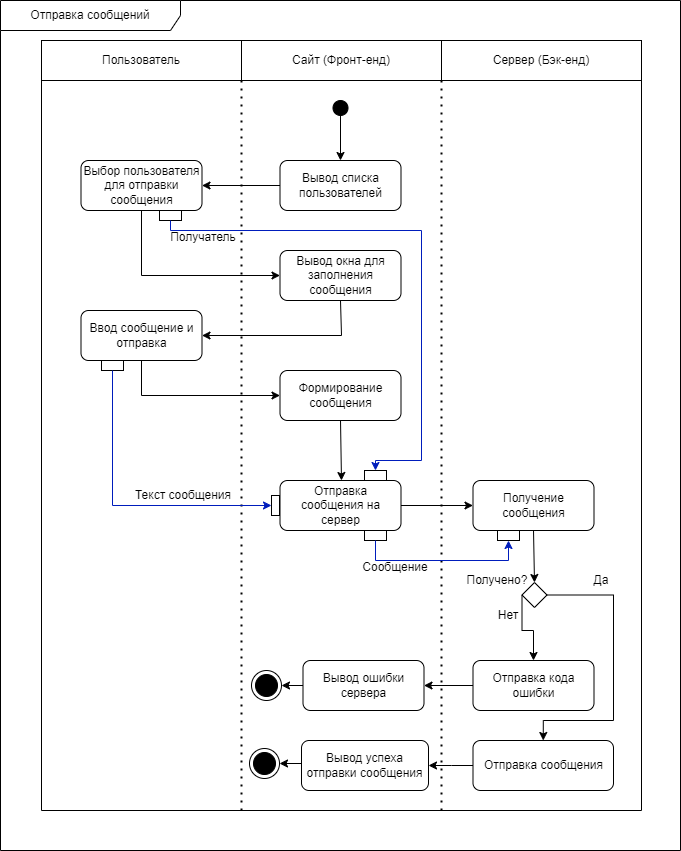
Earlier version of the draw.io export docs/activity_diagrams/отправка сообщения.png (AS2/habrolink). Source tidied: cells renumbered, new cells last; positions are measured from the earlier drawing's top-left corner, leaving out a move shared by most shapes.
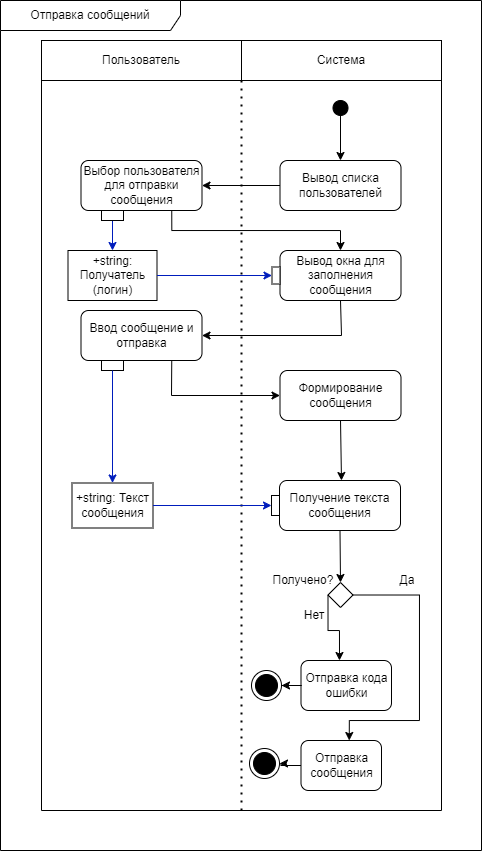
After the commit.

What changed in the source:
```diff
@@ -8,12 +8,9 @@
     <mxCell id="3" value="Пользователь" style="text;html=1;strokeColor=default;fillColor=none;align=center;verticalAlign=middle;whiteSpace=wrap;rounded=0;" parent="1" vertex="1">
       <mxGeometry x="41" y="40" width="200" height="40" as="geometry" />
     </mxCell>
-    <mxCell id="4" value="Сайт (Фронт-енд)" style="text;html=1;strokeColor=default;fillColor=none;align=center;verticalAlign=middle;whiteSpace=wrap;rounded=0;" parent="1" vertex="1">
+    <mxCell id="4" value="Система" style="text;html=1;strokeColor=default;fillColor=none;align=center;verticalAlign=middle;whiteSpace=wrap;rounded=0;" parent="1" vertex="1">
       <mxGeometry x="241" y="40" width="200" height="40" as="geometry" />
     </mxCell>
-    <mxCell id="5" value="Сервер (Бэк-енд)" style="text;html=1;strokeColor=default;fillColor=none;align=center;verticalAlign=middle;whiteSpace=wrap;rounded=0;" parent="1" vertex="1">
-      <mxGeometry x="441" y="40" width="200" height="40" as="geometry" />
-    </mxCell>
     <mxCell id="6" style="endArrow=classic;html=1;rounded=0;exitX=0.5;exitY=1;exitDx=0;exitDy=0;" parent="1" edge="1" source="2">
       <mxGeometry relative="1" as="geometry">
         <mxPoint x="340" y="160" as="targetPoint" />
@@ -28,7 +25,7 @@
     <mxCell id="9" value="Выбор пользователя для отправки сообщения" style="text;html=1;strokeColor=default;fillColor=none;align=center;verticalAlign=middle;whiteSpace=wrap;rounded=1;" parent="1" vertex="1">
       <mxGeometry x="80.5" y="160" width="121" height="50" as="geometry" />
     </mxCell>
-    <mxCell id="10" style="endArrow=classic;html=1;rounded=0;exitX=0.5;exitY=1;exitDx=0;exitDy=0;entryX=0;entryY=0.5;entryDx=0;entryDy=0;edgeStyle=orthogonalEdgeStyle;" parent="1" edge="1" source="9" target="11">
+    <mxCell id="10" style="endArrow=classic;html=1;rounded=0;exitX=0.75;exitY=1;exitDx=0;exitDy=0;entryX=0.5;entryY=0;entryDx=0;entryDy=0;edgeStyle=orthogonalEdgeStyle;" parent="1" edge="1" source="9" target="11">
       <mxGeometry relative="1" as="geometry" />
     </mxCell>
     <mxCell id="11" value="Вывод окна для заполнения сообщения" style="text;html=1;strokeColor=default;fillColor=none;align=center;verticalAlign=middle;whiteSpace=wrap;rounded=1;" parent="1" vertex="1">
@@ -46,117 +43,88 @@
         <mxPoint x="241" y="810" as="sourcePoint" />
       </mxGeometry>
     </mxCell>
-    <mxCell id="14" style="endArrow=none;dashed=1;html=1;dashPattern=1 3;strokeWidth=2;rounded=0;entryX=0;entryY=1;entryDx=0;entryDy=0;" parent="1" edge="1">
-      <mxGeometry relative="1" as="geometry">
-        <mxPoint x="441" y="810" as="sourcePoint" />
-        <mxPoint x="441" y="80" as="targetPoint" />
-      </mxGeometry>
-    </mxCell>
     <mxCell id="15" style="endArrow=none;html=1;rounded=0;entryX=0;entryY=1;entryDx=0;entryDy=0;" parent="1" edge="1" target="3">
       <mxGeometry relative="1" as="geometry">
         <mxPoint x="41" y="810" as="sourcePoint" />
       </mxGeometry>
     </mxCell>
-    <mxCell id="16" value="Отправка сообщения на сервер" style="text;html=1;strokeColor=default;fillColor=none;align=center;verticalAlign=middle;whiteSpace=wrap;rounded=1;" parent="1" vertex="1">
-      <mxGeometry x="279.5" y="480" width="121" height="50" as="geometry" />
-    </mxCell>
-    <mxCell id="17" style="endArrow=classic;html=1;rounded=0;exitX=1;exitY=0.5;exitDx=0;exitDy=0;entryX=0;entryY=0.5;entryDx=0;entryDy=0;" parent="1" edge="1" source="16" target="18">
-      <mxGeometry relative="1" as="geometry" />
-    </mxCell>
-    <mxCell id="18" value="Получение сообщения" style="text;html=1;strokeColor=default;fillColor=none;align=center;verticalAlign=middle;whiteSpace=wrap;rounded=1;" parent="1" vertex="1">
-      <mxGeometry x="472.5" y="480" width="121" height="50" as="geometry" />
+    <mxCell id="18" value="Получение текста сообщения" style="text;html=1;strokeColor=default;fillColor=none;align=center;verticalAlign=middle;whiteSpace=wrap;rounded=1;" parent="1" vertex="1">
+      <mxGeometry x="279" y="480" width="121" height="50" as="geometry" />
     </mxCell>
     <mxCell id="19" style="endArrow=classic;html=1;rounded=0;exitX=0.5;exitY=1;exitDx=0;exitDy=0;entryX=0.5;entryY=0;entryDx=0;entryDy=0;" parent="1" edge="1" source="18" target="22">
       <mxGeometry relative="1" as="geometry" />
     </mxCell>
-    <mxCell id="20" style="edgeStyle=orthogonalEdgeStyle;rounded=0;jettySize=auto;html=1;exitX=1;exitY=0.5;exitDx=0;exitDy=0;entryX=0.5;entryY=0;entryDx=0;entryDy=0;" parent="1" edge="1" source="22" target="33">
+    <mxCell id="20" style="edgeStyle=orthogonalEdgeStyle;rounded=0;jettySize=auto;html=1;exitX=1;exitY=0.5;exitDx=0;exitDy=0;entryX=0.5;entryY=0;entryDx=0;entryDy=0;" parent="1" edge="1" source="22">
       <mxGeometry relative="1" as="geometry">
+        <mxPoint x="348.8" y="740" as="targetPoint" />
         <Array as="points">
-          <mxPoint x="613" y="595" />
-          <mxPoint x="613" y="720" />
-          <mxPoint x="543" y="720" />
+          <mxPoint x="419" y="595" />
+          <mxPoint x="419" y="720" />
+          <mxPoint x="349" y="720" />
         </Array>
       </mxGeometry>
     </mxCell>
-    <mxCell id="21" style="edgeStyle=orthogonalEdgeStyle;rounded=0;jettySize=auto;html=1;exitX=0;exitY=0.5;exitDx=0;exitDy=0;entryX=0.5;entryY=0;entryDx=0;entryDy=0;" parent="1" edge="1" source="22" target="25">
+    <mxCell id="21" style="edgeStyle=orthogonalEdgeStyle;rounded=0;jettySize=auto;html=1;exitX=0;exitY=0.5;exitDx=0;exitDy=0;entryX=0.5;entryY=0;entryDx=0;entryDy=0;" parent="1" edge="1" source="22">
       <mxGeometry relative="1" as="geometry">
+        <mxPoint x="339" y="660" as="targetPoint" />
         <Array as="points">
-          <mxPoint x="522" y="630" />
-          <mxPoint x="533" y="630" />
+          <mxPoint x="328" y="630" />
+          <mxPoint x="339" y="630" />
         </Array>
       </mxGeometry>
     </mxCell>
     <mxCell id="22" style="rhombus;whiteSpace=wrap;html=1;" parent="1" vertex="1">
-      <mxGeometry x="521.5" y="582" width="25" height="25" as="geometry" />
+      <mxGeometry x="327.5" y="582" width="25" height="25" as="geometry" />
     </mxCell>
     <mxCell id="23" value="Получено?" style="text;html=1;strokeColor=none;fillColor=none;align=center;verticalAlign=middle;whiteSpace=wrap;rounded=0;" parent="1" vertex="1">
-      <mxGeometry x="467" y="567" width="60" height="25" as="geometry" />
+      <mxGeometry x="273" y="567" width="60" height="25" as="geometry" />
     </mxCell>
     <mxCell id="24" value="Нет" style="text;html=1;strokeColor=none;fillColor=none;align=center;verticalAlign=middle;whiteSpace=wrap;rounded=0;" parent="1" vertex="1">
-      <mxGeometry x="478" y="600" width="60" height="30" as="geometry" />
+      <mxGeometry x="284" y="600" width="60" height="30" as="geometry" />
     </mxCell>
     <mxCell id="25" value="Отправка кода ошибки" style="text;html=1;strokeColor=default;fillColor=none;align=center;verticalAlign=middle;whiteSpace=wrap;rounded=1;" parent="1" vertex="1">
-      <mxGeometry x="472.5" y="660" width="121" height="50" as="geometry" />
+      <mxGeometry x="300.5" y="660" width="90.5" height="50" as="geometry" />
     </mxCell>
     <mxCell id="26" style="endArrow=none;html=1;rounded=0;entryX=0;entryY=1;entryDx=0;entryDy=0;" parent="1" edge="1">
       <mxGeometry relative="1" as="geometry">
-        <mxPoint x="641" y="810" as="sourcePoint" />
-        <mxPoint x="641" y="80" as="targetPoint" />
+        <mxPoint x="441" y="810" as="sourcePoint" />
+        <mxPoint x="441" y="80" as="targetPoint" />
       </mxGeometry>
     </mxCell>
     <mxCell id="27" value="Да" style="text;html=1;strokeColor=none;fillColor=none;align=center;verticalAlign=middle;whiteSpace=wrap;rounded=0;" parent="1" vertex="1">
-      <mxGeometry x="571" y="564.5" width="60" height="30" as="geometry" />
+      <mxGeometry x="377" y="564.5" width="60" height="30" as="geometry" />
     </mxCell>
-    <mxCell id="28" style="endArrow=classic;html=1;rounded=0;exitX=0;exitY=0.5;exitDx=0;exitDy=0;entryX=1;entryY=0.5;entryDx=0;entryDy=0;" parent="1" edge="1" source="25" target="30">
-      <mxGeometry relative="1" as="geometry" />
-    </mxCell>
-    <mxCell id="29" style="edgeStyle=orthogonalEdgeStyle;rounded=0;jettySize=auto;html=1;exitX=0;exitY=0.5;exitDx=0;exitDy=0;entryX=1;entryY=0.5;entryDx=0;entryDy=0;" parent="1" edge="1" source="30" target="31">
+    <mxCell id="29" style="edgeStyle=orthogonalEdgeStyle;rounded=0;jettySize=auto;html=1;exitX=0;exitY=0.5;exitDx=0;exitDy=0;" parent="1" edge="1" source="25" target="31">
       <mxGeometry relative="1" as="geometry" />
     </mxCell>
-    <mxCell id="30" value="Вывод ошибки сервера" style="text;html=1;strokeColor=default;fillColor=none;align=center;verticalAlign=middle;whiteSpace=wrap;rounded=1;" parent="1" vertex="1">
-      <mxGeometry x="302.5" y="660" width="121" height="50" as="geometry" />
-    </mxCell>
     <mxCell id="31" style="ellipse;html=1;shape=endState;fillColor=strokeColor;" parent="1" vertex="1">
       <mxGeometry x="251" y="670" width="30" height="30" as="geometry" />
     </mxCell>
-    <mxCell id="32" style="edgeStyle=orthogonalEdgeStyle;rounded=0;jettySize=auto;html=1;exitX=0;exitY=0.5;exitDx=0;exitDy=0;entryX=1;entryY=0.5;entryDx=0;entryDy=0;" parent="1" edge="1" source="33" target="34">
-      <mxGeometry relative="1" as="geometry">
-        <Array as="points">
-          <mxPoint x="451" y="765" />
-          <mxPoint x="451" y="765" />
-        </Array>
-      </mxGeometry>
-    </mxCell>
     <mxCell id="33" value="Отправка сообщения" style="text;html=1;strokeColor=default;fillColor=none;align=center;verticalAlign=middle;whiteSpace=wrap;rounded=1;" parent="1" vertex="1">
-      <mxGeometry x="472.5" y="740" width="140.5" height="50" as="geometry" />
+      <mxGeometry x="300.5" y="740" width="80.5" height="50" as="geometry" />
     </mxCell>
-    <mxCell id="34" value="Вывод успеха отправки сообщения" style="text;html=1;strokeColor=default;fillColor=none;align=center;verticalAlign=middle;whiteSpace=wrap;rounded=1;" parent="1" vertex="1">
-      <mxGeometry x="301" y="740" width="127" height="50" as="geometry" />
-    </mxCell>
     <mxCell id="35" style="endArrow=none;html=1;rounded=0;" parent="1" edge="1">
       <mxGeometry relative="1" as="geometry">
         <mxPoint x="41" y="810" as="sourcePoint" />
-        <mxPoint x="641" y="810" as="targetPoint" />
+        <mxPoint x="441" y="810" as="targetPoint" />
       </mxGeometry>
     </mxCell>
     <mxCell id="36" style="ellipse;html=1;shape=endState;fillColor=strokeColor;" parent="1" vertex="1">
       <mxGeometry x="249" y="748" width="30" height="30" as="geometry" />
     </mxCell>
-    <mxCell id="37" style="edgeStyle=orthogonalEdgeStyle;rounded=0;jettySize=auto;html=1;entryX=1;entryY=0.5;entryDx=0;entryDy=0;" parent="1" edge="1" target="36">
-      <mxGeometry relative="1" as="geometry">
-        <mxPoint x="300.5" y="763" as="sourcePoint" />
-      </mxGeometry>
+    <mxCell id="37" style="edgeStyle=orthogonalEdgeStyle;rounded=0;jettySize=auto;html=1;exitX=0;exitY=0.5;exitDx=0;exitDy=0;" parent="1" edge="1" source="33" target="36">
+      <mxGeometry relative="1" as="geometry" />
     </mxCell>
     <mxCell id="38" value="Отправка сообщений" style="shape=umlFrame;whiteSpace=wrap;html=1;width=180;height=30;" parent="1" vertex="1">
-      <mxGeometry width="680" height="850" as="geometry" />
+      <mxGeometry width="481" height="850" as="geometry" />
     </mxCell>
     <mxCell id="39" value="Ввод сообщение и отправка" style="text;html=1;strokeColor=default;fillColor=none;align=center;verticalAlign=middle;whiteSpace=wrap;rounded=1;" parent="1" vertex="1">
       <mxGeometry x="80.5" y="310" width="121" height="50" as="geometry" />
     </mxCell>
-    <mxCell id="40" style="endArrow=classic;html=1;rounded=0;exitX=0.5;exitY=1;exitDx=0;exitDy=0;entryX=0;entryY=0.5;entryDx=0;entryDy=0;" parent="1" edge="1" source="39" target="41">
+    <mxCell id="40" style="endArrow=classic;html=1;rounded=0;exitX=0.75;exitY=1;exitDx=0;exitDy=0;entryX=0;entryY=0.5;entryDx=0;entryDy=0;" parent="1" edge="1" source="39" target="41">
       <mxGeometry relative="1" as="geometry">
         <Array as="points">
-          <mxPoint x="141" y="395" />
+          <mxPoint x="171" y="395" />
         </Array>
       </mxGeometry>
     </mxCell>
@@ -168,57 +136,35 @@
         <mxPoint x="341" y="480" as="targetPoint" />
       </mxGeometry>
     </mxCell>
-    <mxCell id="43" style="rounded=0;whiteSpace=wrap;html=1;" parent="1" vertex="1">
-      <mxGeometry x="159" y="210" width="22" height="10" as="geometry" />
-    </mxCell>
-    <mxCell id="44" style="rounded=0;whiteSpace=wrap;html=1;" parent="1" vertex="1">
-      <mxGeometry x="364" y="470" width="22" height="10" as="geometry" />
-    </mxCell>
     <mxCell id="45" style="rounded=0;whiteSpace=wrap;html=1;" parent="1" vertex="1">
       <mxGeometry x="271" y="495" width="8" height="20" as="geometry" />
     </mxCell>
     <mxCell id="46" style="rounded=0;whiteSpace=wrap;html=1;" parent="1" vertex="1">
       <mxGeometry x="101" y="360" width="22" height="10" as="geometry" />
     </mxCell>
-    <mxCell id="47" style="endArrow=classic;html=1;rounded=0;exitX=0.5;exitY=1;exitDx=0;exitDy=0;entryX=0.5;entryY=0;entryDx=0;entryDy=0;edgeStyle=orthogonalEdgeStyle;fillColor=#0050ef;strokeColor=#001DBC;" parent="1" edge="1" source="43" target="44">
-      <mxGeometry relative="1" as="geometry">
-        <Array as="points">
-          <mxPoint x="170" y="230" />
-          <mxPoint x="421" y="230" />
-          <mxPoint x="421" y="460" />
-          <mxPoint x="375" y="460" />
-        </Array>
-      </mxGeometry>
-    </mxCell>
-    <mxCell id="48" value="Получатель" style="text;html=1;strokeColor=none;fillColor=none;align=center;verticalAlign=middle;whiteSpace=wrap;rounded=0;" parent="1" vertex="1">
-      <mxGeometry x="173" y="222" width="60" height="30" as="geometry" />
-    </mxCell>
-    <mxCell id="49" style="endArrow=classic;html=1;rounded=0;exitX=0.5;exitY=1;exitDx=0;exitDy=0;entryX=0;entryY=0.5;entryDx=0;entryDy=0;edgeStyle=orthogonalEdgeStyle;fillColor=#0050ef;strokeColor=#001DBC;" parent="1" edge="1" source="46" target="45">
-      <mxGeometry relative="1" as="geometry">
-        <Array as="points">
-          <mxPoint x="112" y="505" />
-        </Array>
-      </mxGeometry>
+    <mxCell id="49" style="endArrow=classic;html=1;rounded=0;exitX=0.5;exitY=1;exitDx=0;exitDy=0;fillColor=#0050ef;strokeColor=#001DBC;edgeStyle=orthogonalEdgeStyle;" parent="1" edge="1" source="46" target="55">
+      <mxGeometry relative="1" as="geometry" />
     </mxCell>
-    <mxCell id="50" value="Текст сообщения" style="text;html=1;strokeColor=none;fillColor=none;align=center;verticalAlign=middle;whiteSpace=wrap;rounded=0;" parent="1" vertex="1">
-      <mxGeometry x="133" y="480" width="100" height="30" as="geometry" />
-    </mxCell>
-    <mxCell id="51" style="rounded=0;whiteSpace=wrap;html=1;" parent="1" vertex="1">
-      <mxGeometry x="364" y="530" width="22" height="10" as="geometry" />
-    </mxCell>
-    <mxCell id="52" style="rounded=0;whiteSpace=wrap;html=1;" parent="1" vertex="1">
-      <mxGeometry x="497" y="530" width="22" height="10" as="geometry" />
-    </mxCell>
-    <mxCell id="53" style="endArrow=classic;html=1;rounded=0;exitX=0.5;exitY=1;exitDx=0;exitDy=0;entryX=0.5;entryY=1;entryDx=0;entryDy=0;edgeStyle=orthogonalEdgeStyle;fillColor=#0050ef;strokeColor=#001DBC;" parent="1" edge="1" source="51" target="52">
-      <mxGeometry relative="1" as="geometry">
-        <Array as="points">
-          <mxPoint x="375" y="560" />
-          <mxPoint x="508" y="560" />
-        </Array>
-      </mxGeometry>
-    </mxCell>
-    <mxCell id="54" value="Сообщение" style="text;html=1;strokeColor=none;fillColor=none;align=center;verticalAlign=middle;whiteSpace=wrap;rounded=0;" parent="1" vertex="1">
-      <mxGeometry x="345" y="552" width="100" height="30" as="geometry" />
-    </mxCell>
+    <mxCell id="55" value="+string: Текст сообщения" style="rounded=0;whiteSpace=wrap;html=1;" parent="1" vertex="1">
+      <mxGeometry x="71.5" y="482.5" width="81" height="45" as="geometry" />
+    </mxCell>
+    <mxCell id="56" style="endArrow=classic;html=1;rounded=0;fillColor=#0050ef;strokeColor=#001DBC;edgeStyle=orthogonalEdgeStyle;entryX=0;entryY=0.5;entryDx=0;entryDy=0;" parent="1" edge="1" source="55" target="45">
+      <mxGeometry relative="1" as="geometry" />
+    </mxCell>
+    <mxCell id="57" value="+string: Получатель (логин)" style="rounded=0;whiteSpace=wrap;html=1;" parent="1" vertex="1">
+      <mxGeometry x="67.5" y="250" width="89" height="50" as="geometry" />
+    </mxCell>
+    <mxCell id="58" style="endArrow=classic;html=1;rounded=0;fillColor=#0050ef;strokeColor=#001DBC;edgeStyle=orthogonalEdgeStyle;exitX=0.5;exitY=1;exitDx=0;exitDy=0;entryX=0.5;entryY=0;entryDx=0;entryDy=0;" parent="1" edge="1" source="59" target="57">
+      <mxGeometry relative="1" as="geometry" />
+    </mxCell>
+    <mxCell id="59" style="rounded=0;whiteSpace=wrap;html=1;" parent="1" vertex="1">
+      <mxGeometry x="101" y="210" width="22" height="10" as="geometry" />
+    </mxCell>
+    <mxCell id="60" style="rounded=0;whiteSpace=wrap;html=1;" parent="1" vertex="1">
+      <mxGeometry x="271.5" y="266.5" width="8" height="17" as="geometry" />
+    </mxCell>
+    <mxCell id="61" style="endArrow=classic;html=1;rounded=0;fillColor=#0050ef;strokeColor=#001DBC;edgeStyle=orthogonalEdgeStyle;entryX=0;entryY=0.5;entryDx=0;entryDy=0;exitX=1;exitY=0.5;exitDx=0;exitDy=0;" parent="1" edge="1" source="57" target="60">
+      <mxGeometry relative="1" as="geometry" />
+    </mxCell>
   </root>
 </mxGraphModel>
```
